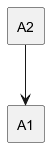
The PlantUML diagram backend/diagram.png in RoboFication/diagram-editor, before a commit. The source it was exported from:
```plantuml
@startuml
rectangle A1
rectangle A2
A2 --> A1
@enduml
```
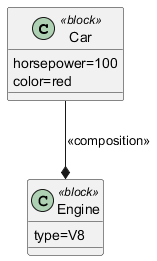
Above is the later version.

What changed in the source:
```diff
@@ -1,5 +1,10 @@
 @startuml
-rectangle A1
-rectangle A2
-A2 --> A1
+class Car <<block>> {
+  horsepower=100
+  color=red
+}
+class Engine <<block>> {
+  type=V8
+}
+Car --* Engine : <<composition>>
 @enduml
```
